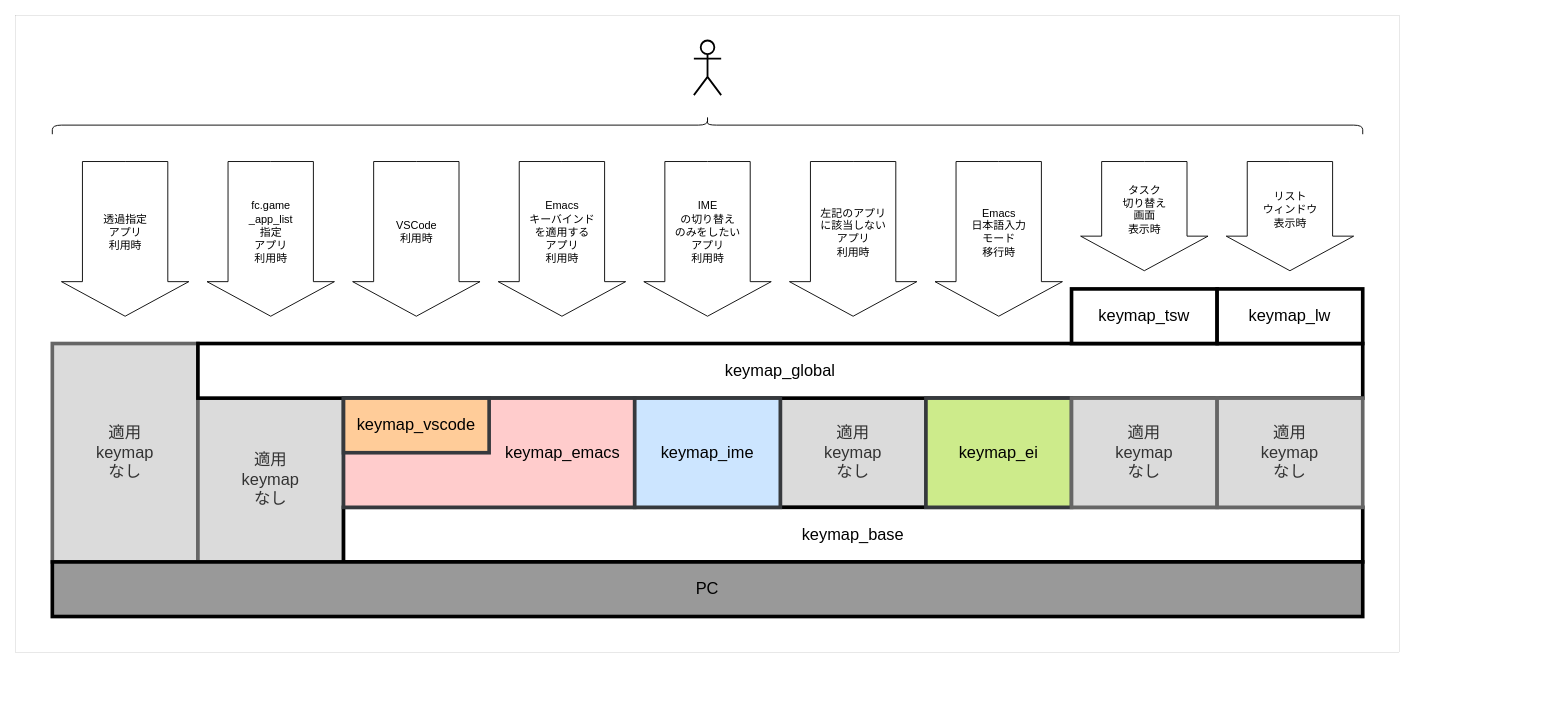
Before: fakeymacs_manuals/keymap_layer/keymap_layer.drawio in smzht/fakeymacs, a draw.io diagram. Source tidied: cells renumbered, new cells numbered last; positions are measured from the earlier drawing's top-left corner, leaving out a move shared by most shapes. Both pictures are drawn from the tidied source at 91%, with x=0, y=0 at pixel (15, -531).
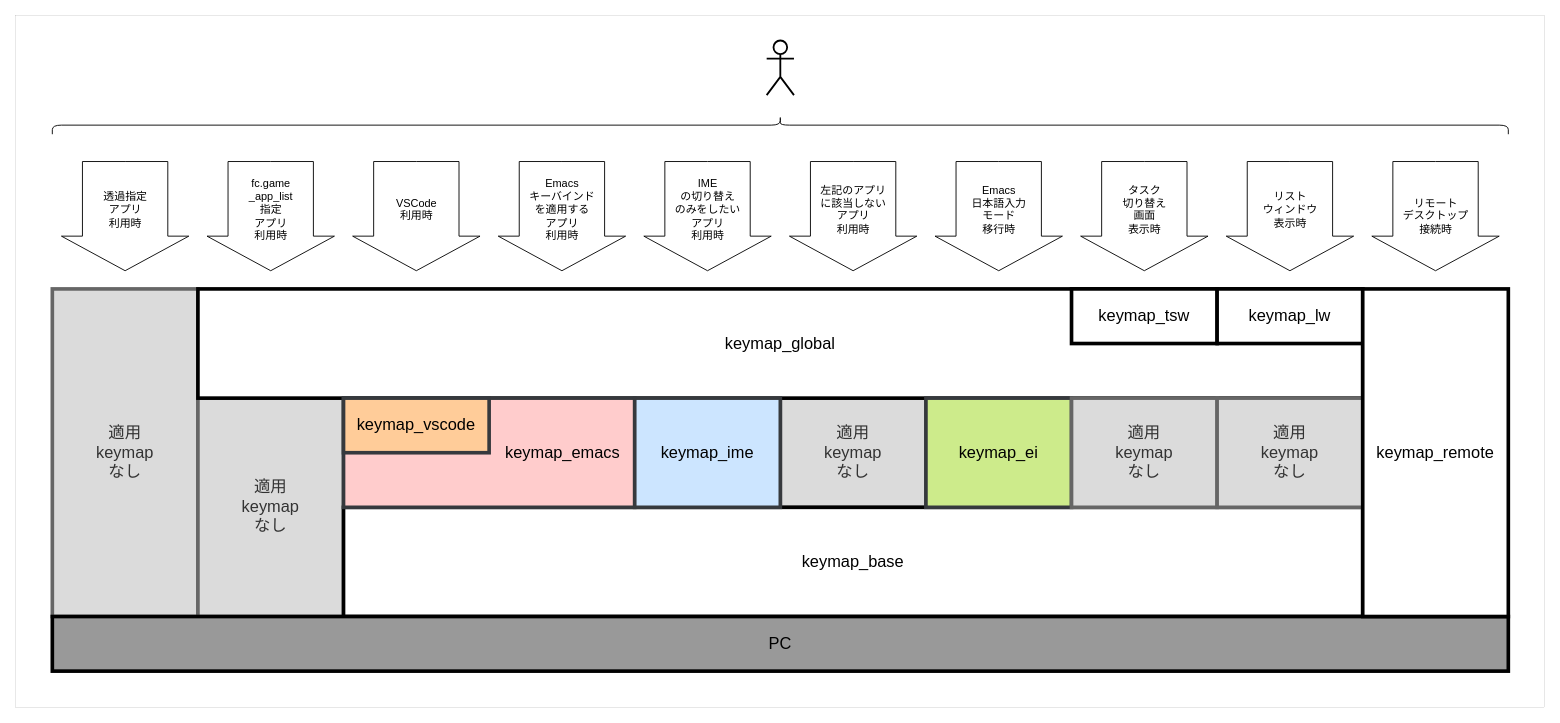
Above is the later version.

Commit message (it also covers changes not shown here):
keymap_remote キーマップを追加し、全体を整形

What changed in the source:
```diff
@@
     <mxCell id="2" style="rounded=0;whiteSpace=wrap;html=1;strokeWidth=0;" parent="1" vertex="1">
-      <mxGeometry y="600" width="1520" height="700" as="geometry" />
+      <mxGeometry y="600" width="1680" height="760" as="geometry" />
     </mxCell>
@@
     <mxCell id="4" value="適用&lt;br style=&quot;font-size: 18px;&quot;&gt;keymap&lt;br style=&quot;font-size: 18px;&quot;&gt;なし" style="rounded=0;whiteSpace=wrap;html=1;strokeWidth=4;fontSize=18;fillColor=#dbdbdb;fontColor=#333333;strokeColor=#666666;" parent="1" vertex="1">
-      <mxGeometry x="40" y="960" width="160" height="240" as="geometry" />
+      <mxGeometry x="40" y="900" width="160" height="360" as="geometry" />
     </mxCell>
     <mxCell id="5" value="適用&lt;br style=&quot;font-size: 18px;&quot;&gt;keymap&lt;br style=&quot;font-size: 18px;&quot;&gt;なし" style="rounded=0;whiteSpace=wrap;html=1;strokeWidth=4;fontSize=18;fillColor=#dbdbdb;fontColor=#333333;strokeColor=#666666;" parent="1" vertex="1">
-      <mxGeometry x="200" y="1020" width="160" height="180" as="geometry" />
+      <mxGeometry x="200" y="1020" width="160" height="240" as="geometry" />
     </mxCell>
     <mxCell id="6" value="&lt;font style=&quot;font-size: 18px;&quot;&gt;keymap_global&lt;br&gt;&lt;/font&gt;" style="rounded=0;whiteSpace=wrap;html=1;strokeWidth=4;align=center;" parent="1" vertex="1">
-      <mxGeometry x="200" y="960" width="1280" height="60" as="geometry" />
+      <mxGeometry x="200" y="900" width="1280" height="120" as="geometry" />
     </mxCell>
     <mxCell id="7" value="&lt;font style=&quot;font-size: 18px;&quot;&gt;keymap_base&lt;/font&gt;" style="rounded=0;whiteSpace=wrap;html=1;strokeWidth=4;" parent="1" vertex="1">
-      <mxGeometry x="360" y="1140" width="1120" height="60" as="geometry" />
+      <mxGeometry x="360" y="1140" width="1120" height="120" as="geometry" />
     </mxCell>
@@
     <mxCell id="16" value="&lt;font style=&quot;font-size: 18px;&quot;&gt;PC&lt;/font&gt;" style="rounded=0;whiteSpace=wrap;html=1;strokeWidth=4;fillColor=#999999;" parent="1" vertex="1">
-      <mxGeometry x="40" y="1200" width="1440" height="60" as="geometry" />
+      <mxGeometry x="40" y="1260" width="1600" height="60" as="geometry" />
     </mxCell>
-    <mxCell id="17" style="shape=umlActor;verticalLabelPosition=bottom;verticalAlign=top;html=1;strokeWidth=2;" parent="1" vertex="1">
-      <mxGeometry x="745" y="627" width="30" height="60" as="geometry" />
-    </mxCell>
     <mxCell id="18" style="shape=curlyBracket;whiteSpace=wrap;html=1;rounded=1;flipH=1;labelPosition=right;verticalLabelPosition=middle;align=left;verticalAlign=middle;rotation=-90;" parent="1" vertex="1">
-      <mxGeometry x="750" width="20" height="1440" as="geometry" />
+      <mxGeometry x="830" y="-80" width="20" height="1600" as="geometry" />
     </mxCell>
@@
     <mxCell id="21" style="group;" parent="1" vertex="1">
-      <mxGeometry x="50" y="760" width="1100" height="170" as="geometry" />
+      <mxGeometry x="50" y="760" width="1100" height="120" as="geometry" />
     </mxCell>
     <mxCell id="22" value="Emacs&lt;br&gt;日本語入力&lt;br&gt;モード&lt;br&gt;移行時&lt;br&gt;　" style="html=1;shadow=0;dashed=0;align=center;verticalAlign=middle;shape=mxgraph.arrows2.arrow;dy=0.33;dx=38;direction=south;notch=0;strokeWidth=1;" parent="21" vertex="1">
-      <mxGeometry x="960" width="140" height="170" as="geometry" />
+      <mxGeometry x="960" width="140" height="120" as="geometry" />
     </mxCell>
     <mxCell id="23" value="IME&lt;br&gt;の切り替え&lt;br&gt;のみをしたい&lt;br&gt;アプリ&lt;br&gt;利用時&lt;br&gt;　" style="html=1;shadow=0;dashed=0;align=center;verticalAlign=middle;shape=mxgraph.arrows2.arrow;dy=0.33;dx=38;direction=south;notch=0;strokeWidth=1;" parent="21" vertex="1">
-      <mxGeometry x="640" width="140" height="170" as="geometry" />
+      <mxGeometry x="640" width="140" height="120" as="geometry" />
     </mxCell>
     <mxCell id="24" value="VSCode&lt;br&gt;利用時&lt;br&gt;　" style="html=1;shadow=0;dashed=0;align=center;verticalAlign=middle;shape=mxgraph.arrows2.arrow;dy=0.33;dx=38;direction=south;notch=0;strokeWidth=1;" parent="21" vertex="1">
-      <mxGeometry x="320" width="140" height="170" as="geometry" />
+      <mxGeometry x="320" width="140" height="120" as="geometry" />
     </mxCell>
     <mxCell id="25" value="Emacs&lt;br&gt;キーバインド&lt;br&gt;を適用する&lt;br&gt;アプリ&lt;br&gt;利用時&lt;br&gt;　" style="html=1;shadow=0;dashed=0;align=center;verticalAlign=middle;shape=mxgraph.arrows2.arrow;dy=0.33;dx=38;direction=south;notch=0;strokeWidth=1;" parent="21" vertex="1">
-      <mxGeometry x="480" width="140" height="170" as="geometry" />
+      <mxGeometry x="480" width="140" height="120" as="geometry" />
     </mxCell>
     <mxCell id="26" value="fc.game&lt;br&gt;_app_list&lt;br&gt;指定&lt;br&gt;アプリ&lt;br&gt;利用時&lt;br&gt;　" style="html=1;shadow=0;dashed=0;align=center;verticalAlign=middle;shape=mxgraph.arrows2.arrow;dy=0.33;dx=38;direction=south;notch=0;strokeWidth=1;" parent="21" vertex="1">
-      <mxGeometry x="160" width="140" height="170" as="geometry" />
+      <mxGeometry x="160" width="140" height="120" as="geometry" />
     </mxCell>
     <mxCell id="27" value="透過指定&lt;br&gt;アプリ&lt;br&gt;利用時&lt;br&gt;　" style="html=1;shadow=0;dashed=0;align=center;verticalAlign=middle;shape=mxgraph.arrows2.arrow;dy=0.33;dx=38;direction=south;notch=0;strokeWidth=1;" parent="21" vertex="1">
-      <mxGeometry width="140" height="170" as="geometry" />
+      <mxGeometry width="140" height="120" as="geometry" />
     </mxCell>
     <mxCell id="28" value="左記のアプリ&lt;br&gt;に該当しない&lt;br&gt;アプリ&lt;br&gt;利用時&lt;br&gt;&amp;nbsp;" style="html=1;shadow=0;dashed=0;align=center;verticalAlign=middle;shape=mxgraph.arrows2.arrow;dy=0.33;dx=38;direction=south;notch=0;strokeWidth=1;" parent="21" vertex="1">
-      <mxGeometry x="800" width="140" height="170" as="geometry" />
+      <mxGeometry x="800" width="140" height="120" as="geometry" />
     </mxCell>
+    <mxCell id="29" value="keymap_remote" style="rounded=0;whiteSpace=wrap;html=1;strokeWidth=4;fontSize=18;" parent="1" vertex="1">
+      <mxGeometry x="1480" y="900" width="160" height="360" as="geometry" />
+    </mxCell>
+    <mxCell id="30" style="shape=umlActor;verticalLabelPosition=bottom;verticalAlign=top;html=1;strokeWidth=2;" parent="1" vertex="1">
+      <mxGeometry x="825" y="627" width="30" height="60" as="geometry" />
+    </mxCell>
+    <mxCell id="31" value="リモート&lt;div&gt;デスクトップ&lt;/div&gt;&lt;div&gt;接続時&lt;/div&gt;" style="html=1;shadow=0;dashed=0;align=center;verticalAlign=middle;shape=mxgraph.arrows2.arrow;dy=0.33;dx=38;direction=south;notch=0;strokeWidth=1;" parent="1" vertex="1">
+      <mxGeometry x="1490" y="760" width="140" height="120" as="geometry" />
+    </mxCell>
```
